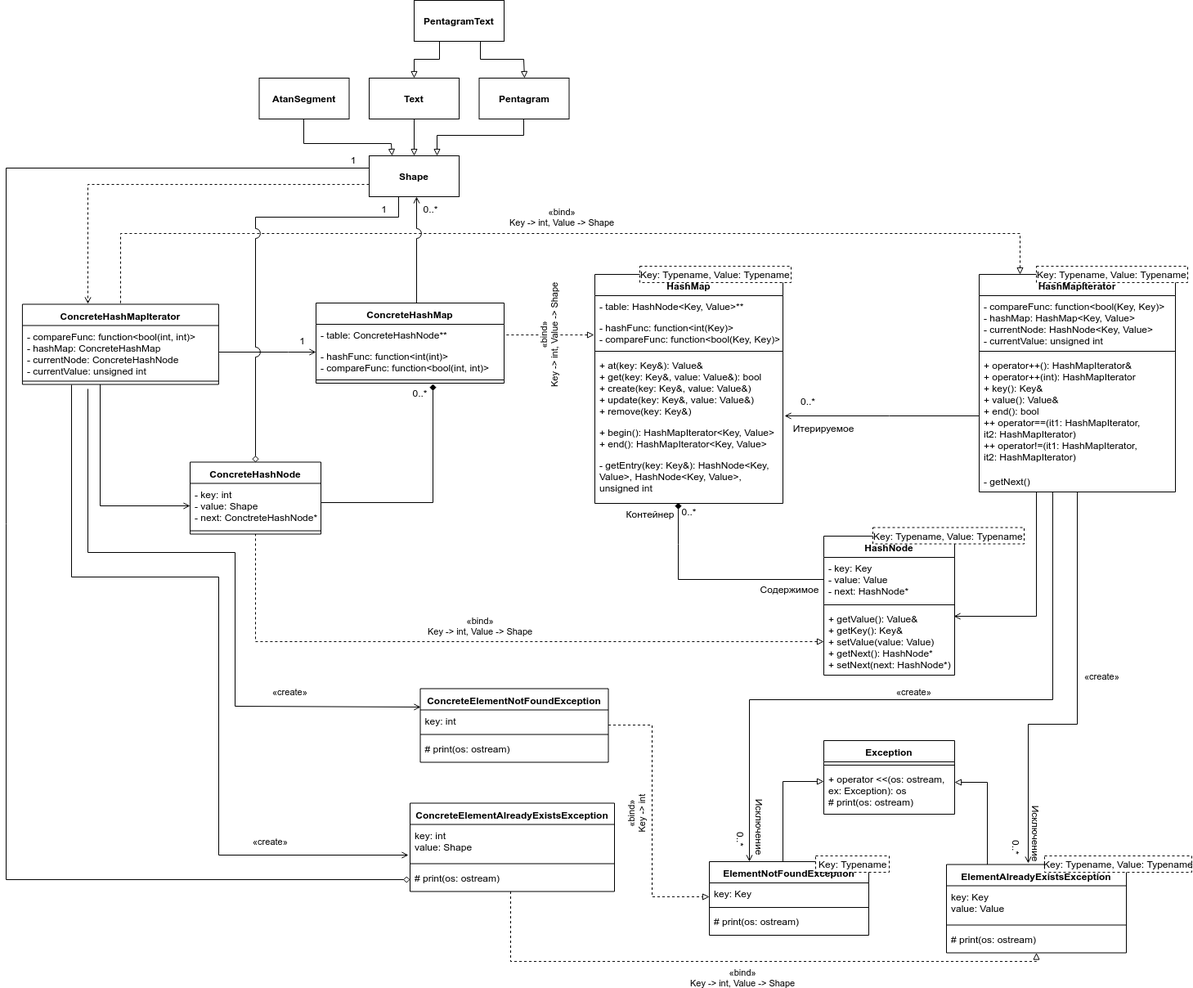
SqrtMinusOne/SEM7_Software_Design keeps this draw.io diagram as L1/docs/img/container_classes_uml.png. Above is the earlier version. Source tidied: cells renumbered, new cells last; positions are measured from the earlier drawing's top-left corner, leaving out a move shared by most shapes.
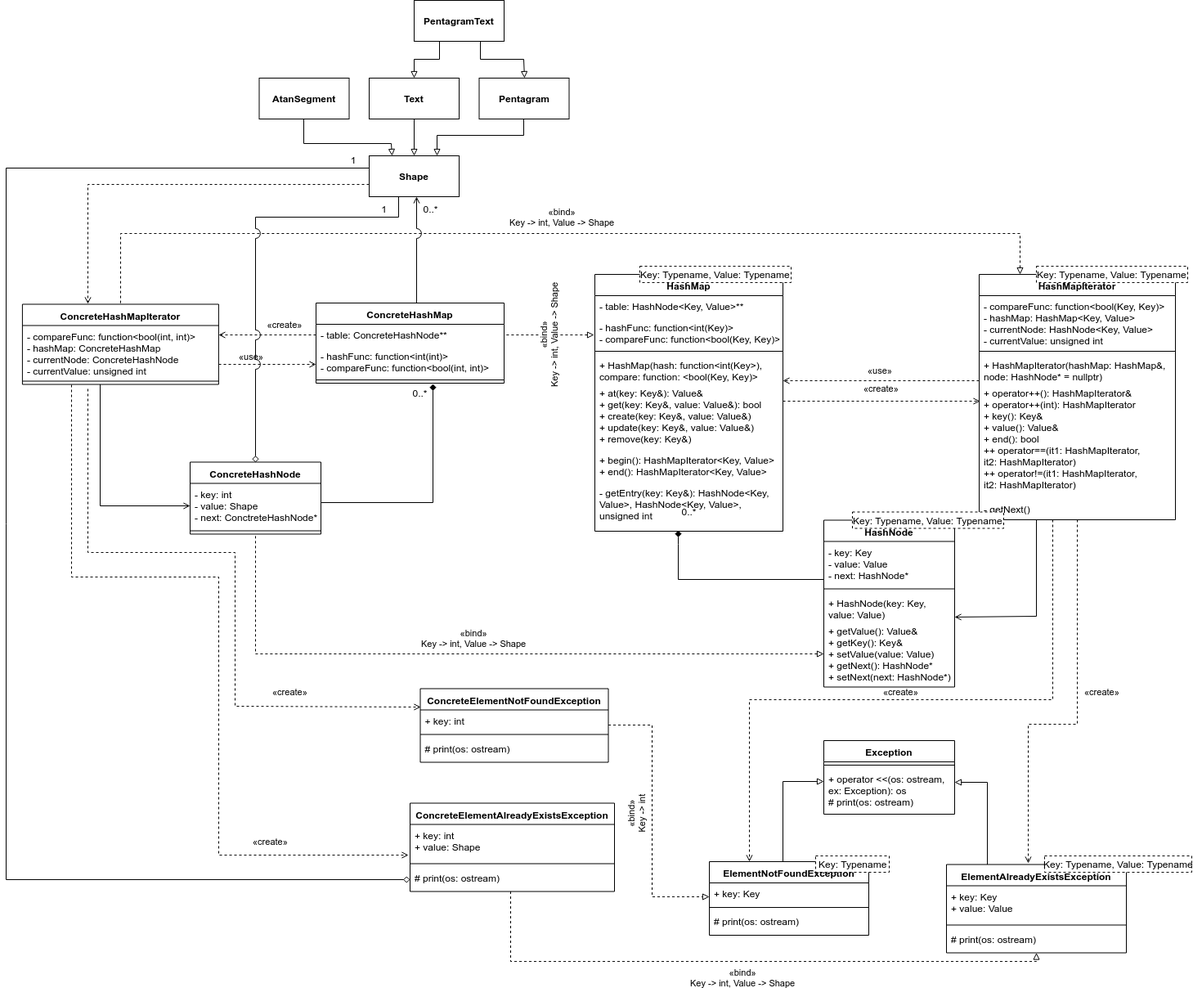
The same diagram one commit later.

The edit, as a diff of the source:
```diff
@@ -12,7 +12,6 @@
     </mxCell>
-    <mxCell id="3" style="edgeStyle=orthogonalEdgeStyle;rounded=0;jettySize=auto;html=1;entryX=1.009;entryY=0.917;entryDx=0;entryDy=0;entryPerimeter=0;endArrow=open;endFill=0;" parent="1" edge="1" source="82" target="74">
+    <mxCell id="3" value="«use»" style="edgeStyle=orthogonalEdgeStyle;rounded=0;jettySize=auto;html=1;entryX=1;entryY=0.935;entryDx=0;entryDy=0;entryPerimeter=0;endArrow=open;endFill=0;dashed=1;exitX=0;exitY=-0.011;exitDx=0;exitDy=0;exitPerimeter=0;" parent="1" edge="1" source="82" target="106">
       <mxGeometry x="0.01" y="-13" relative="1" as="geometry">
         <Array as="points">
-          <mxPoint x="1080" y="508" />
-          <mxPoint x="1080" y="508" />
+          <mxPoint x="1170" y="465" />
         </Array>
@@ -20,3 +19,3 @@
     </mxCell>
-    <mxCell id="4" style="edgeStyle=orthogonalEdgeStyle;rounded=0;jettySize=auto;html=1;entryX=0.994;entryY=0.122;entryDx=0;entryDy=0;entryPerimeter=0;endArrow=open;endFill=0;" parent="1" edge="1" source="83" target="69">
+    <mxCell id="4" style="edgeStyle=orthogonalEdgeStyle;rounded=0;jettySize=auto;html=1;entryX=1;entryY=-0.043;entryDx=0;entryDy=0;entryPerimeter=0;endArrow=open;endFill=0;" parent="1" edge="1" source="83" target="69">
       <mxGeometry x="0.06" y="-40" relative="1" as="geometry">
@@ -42,2 +41,12 @@
     </mxCell>
+    <mxCell id="104" value="«use»" style="edgeStyle=orthogonalEdgeStyle;rounded=0;orthogonalLoop=1;jettySize=auto;html=1;dashed=1;endArrow=open;endFill=0;" parent="6" edge="1">
+      <mxGeometry x="-0.33" y="10" relative="1" as="geometry">
+        <mxPoint x="240" y="83.5" as="sourcePoint" />
+        <mxPoint x="359.1" y="83.5" as="targetPoint" />
+        <Array as="points">
+          <mxPoint x="270.1" y="83.5" />
+          <mxPoint x="270.1" y="83.5" />
+        </Array>
+      </mxGeometry>
+    </mxCell>
     <mxCell id="10" style="group;" parent="1" vertex="1">
@@ -62,10 +71,2 @@
     </mxCell>
-    <mxCell id="15" style="edgeStyle=orthogonalEdgeStyle;rounded=0;jettySize=auto;html=1;startArrow=open;startFill=0;endArrow=none;endFill=0;" parent="1" edge="1" source="100" target="8">
-      <mxGeometry x="0.08" y="-16" relative="1" as="geometry">
-        <Array as="points">
-          <mxPoint x="344.5" y="430" />
-          <mxPoint x="344.5" y="430" />
-        </Array>
-      </mxGeometry>
-    </mxCell>
     <mxCell id="16" style="edgeStyle=orthogonalEdgeStyle;rounded=0;jettySize=auto;html=1;entryX=0;entryY=0.5;entryDx=0;entryDy=0;startArrow=none;startFill=0;endArrow=open;endFill=0;" parent="1" edge="1" source="9" target="12">
@@ -100,3 +101,3 @@
     </mxCell>
-    <mxCell id="23" value="key: Key" style="text;strokeColor=none;fillColor=none;align=left;verticalAlign=top;spacingLeft=4;spacingRight=4;overflow=hidden;dashed=1;" parent="22" vertex="1">
+    <mxCell id="23" value="+ key: Key" style="text;strokeColor=none;fillColor=none;align=left;verticalAlign=top;spacingLeft=4;spacingRight=4;overflow=hidden;dashed=1;" parent="22" vertex="1">
       <mxGeometry y="26" width="195" height="26" as="geometry" />
@@ -124,3 +125,3 @@
     </mxCell>
-    <mxCell id="31" value="key: int" style="text;strokeColor=none;fillColor=none;align=left;verticalAlign=top;spacingLeft=4;spacingRight=4;overflow=hidden;dashed=1;" parent="30" vertex="1">
+    <mxCell id="31" value="+ key: int" style="text;strokeColor=none;fillColor=none;align=left;verticalAlign=top;spacingLeft=4;spacingRight=4;overflow=hidden;dashed=1;" parent="30" vertex="1">
       <mxGeometry y="26" width="230" height="26" as="geometry" />
@@ -147,3 +148,3 @@
     </mxCell>
-    <mxCell id="37" value="key: Key&#10;value: Value" style="text;strokeColor=none;fillColor=none;align=left;verticalAlign=top;spacingLeft=4;spacingRight=4;overflow=hidden;dashed=1;" parent="36" vertex="1">
+    <mxCell id="37" value="+ key: Key&#10;+ value: Value" style="text;strokeColor=none;fillColor=none;align=left;verticalAlign=top;spacingLeft=4;spacingRight=4;overflow=hidden;dashed=1;" parent="36" vertex="1">
       <mxGeometry y="26" width="220" height="44" as="geometry" />
@@ -170,3 +171,3 @@
     </mxCell>
-    <mxCell id="42" value="«create»" style="edgeStyle=orthogonalEdgeStyle;rounded=0;jettySize=auto;html=1;startArrow=none;startFill=0;endArrow=open;endFill=0;strokeColor=#000000;strokeWidth=1;" parent="1" edge="1" source="83">
+    <mxCell id="42" value="«create»" style="edgeStyle=orthogonalEdgeStyle;rounded=0;jettySize=auto;html=1;startArrow=none;startFill=0;endArrow=open;endFill=0;strokeColor=#000000;strokeWidth=1;dashed=1;" parent="1" edge="1" source="83">
       <mxGeometry x="-0.12" y="30" relative="1" as="geometry">
@@ -179,3 +180,3 @@
     </mxCell>
-    <mxCell id="43" value="«create»" style="edgeStyle=orthogonalEdgeStyle;rounded=0;jettySize=auto;html=1;entryX=0.25;entryY=0;entryDx=0;entryDy=0;startArrow=none;startFill=0;endArrow=open;endFill=0;strokeColor=#000000;strokeWidth=1;" parent="1" edge="1" source="83" target="22">
+    <mxCell id="43" value="«create»" style="edgeStyle=orthogonalEdgeStyle;rounded=0;jettySize=auto;html=1;entryX=0.25;entryY=0;entryDx=0;entryDy=0;startArrow=none;startFill=0;endArrow=open;endFill=0;strokeColor=#000000;strokeWidth=1;dashed=1;" parent="1" edge="1" source="83" target="22">
       <mxGeometry x="0.03" y="-10" relative="1" as="geometry">
@@ -190,3 +191,3 @@
     </mxCell>
-    <mxCell id="45" value="key: int&#10;value: Shape" style="text;strokeColor=none;fillColor=none;align=left;verticalAlign=top;spacingLeft=4;spacingRight=4;overflow=hidden;points=[[0,0.5],[1,0.5]];portConstraint=eastwest;dashed=1;" parent="44" vertex="1">
+    <mxCell id="45" value="+ key: int&#10;+ value: Shape" style="text;strokeColor=none;fillColor=none;align=left;verticalAlign=top;spacingLeft=4;spacingRight=4;overflow=hidden;points=[[0,0.5],[1,0.5]];portConstraint=eastwest;dashed=1;" parent="44" vertex="1">
       <mxGeometry y="26" width="250" height="44" as="geometry" />
@@ -207,3 +208,3 @@
     </mxCell>
-    <mxCell id="49" value="«create»" style="edgeStyle=orthogonalEdgeStyle;rounded=0;jettySize=auto;html=1;entryX=0;entryY=0.25;entryDx=0;entryDy=0;startArrow=none;startFill=0;endArrow=open;endFill=0;strokeColor=#000000;strokeWidth=1;" parent="1" edge="1" target="30">
+    <mxCell id="49" value="«create»" style="edgeStyle=orthogonalEdgeStyle;rounded=0;jettySize=auto;html=1;entryX=0;entryY=0.25;entryDx=0;entryDy=0;startArrow=none;startFill=0;endArrow=open;endFill=0;strokeColor=#000000;strokeWidth=1;dashed=1;" parent="1" edge="1" target="30">
       <mxGeometry x="0.6" y="18" relative="1" as="geometry">
@@ -217,3 +218,3 @@
     </mxCell>
-    <mxCell id="50" value="«create»" style="edgeStyle=orthogonalEdgeStyle;rounded=0;jettySize=auto;html=1;entryX=-0.007;entryY=0.862;entryDx=0;entryDy=0;entryPerimeter=0;startArrow=none;startFill=0;endArrow=open;endFill=0;strokeColor=#000000;strokeWidth=1;exitX=0.25;exitY=1;exitDx=0;exitDy=0;" parent="1" edge="1" source="7" target="45">
+    <mxCell id="50" value="«create»" style="edgeStyle=orthogonalEdgeStyle;rounded=0;jettySize=auto;html=1;entryX=-0.007;entryY=0.862;entryDx=0;entryDy=0;entryPerimeter=0;startArrow=none;startFill=0;endArrow=open;endFill=0;strokeColor=#000000;strokeWidth=1;exitX=0.25;exitY=1;exitDx=0;exitDy=0;dashed=1;" parent="1" edge="1" source="7" target="45">
       <mxGeometry x="0.66" y="17" relative="1" as="geometry">
@@ -226,10 +227,2 @@
     </mxCell>
-    <mxCell id="51" style="edgeStyle=orthogonalEdgeStyle;rounded=0;jettySize=auto;html=1;entryX=0.5;entryY=0;entryDx=0;entryDy=0;startArrow=none;startFill=0;endArrow=diamond;endFill=0;strokeColor=#000000;strokeWidth=1;jumpStyle=arc;jumpSize=12;" parent="1" edge="1" source="54" target="11">
-      <mxGeometry x="0.02" y="35" relative="1" as="geometry">
-        <Array as="points">
-          <mxPoint x="480" y="265" />
-          <mxPoint x="305" y="265" />
-        </Array>
-      </mxGeometry>
-    </mxCell>
     <mxCell id="52" style="edgeStyle=orthogonalEdgeStyle;rounded=0;jumpStyle=arc;jumpSize=12;jettySize=auto;html=1;startArrow=none;startFill=0;endArrow=open;endFill=0;strokeColor=#000000;strokeWidth=1;entryX=0.334;entryY=-0.009;entryDx=0;entryDy=0;entryPerimeter=0;dashed=1;" parent="1" edge="1" source="54" target="7">
@@ -307,3 +300,3 @@
     <mxCell id="66" value="HashNode" style="swimlane;fontStyle=1;align=center;verticalAlign=top;horizontal=1;startSize=26;" parent="1" vertex="1">
-      <mxGeometry x="1000" y="655" width="160" height="170" as="geometry" />
+      <mxGeometry x="1000" y="635.5" width="160" height="204" as="geometry" />
     </mxCell>
@@ -315,7 +308,10 @@
     </mxCell>
+    <mxCell id="105" value="+ HashNode(key: Key,&#10;value: Value)" style="text;strokeColor=none;fillColor=none;align=left;verticalAlign=top;spacingLeft=4;spacingRight=4;overflow=hidden;" parent="66" vertex="1">
+      <mxGeometry y="88" width="160" height="34" as="geometry" />
+    </mxCell>
     <mxCell id="69" value="+ getValue(): Value&amp;&#10;+ getKey(): Key&amp;&#10;+ setValue(value: Value)&#10;+ getNext(): HashNode*&#10;+ setNext(next: HashNode*)" style="text;strokeColor=none;fillColor=none;align=left;verticalAlign=top;spacingLeft=4;spacingRight=4;overflow=hidden;points=[[0,0.5],[1,0.5]];portConstraint=eastwest;" parent="66" vertex="1">
-      <mxGeometry y="88" width="160" height="82" as="geometry" />
+      <mxGeometry y="122" width="160" height="82" as="geometry" />
     </mxCell>
     <mxCell id="70" value="HashMap" style="swimlane;fontStyle=1;align=center;verticalAlign=top;horizontal=1;startSize=26;" parent="1" vertex="1">
-      <mxGeometry x="720" y="335" width="230" height="280" as="geometry" />
+      <mxGeometry x="720" y="335" width="230" height="314" as="geometry" />
     </mxCell>
@@ -330,10 +326,13 @@
     </mxCell>
+    <mxCell id="106" value="+ HashMap(hash: function&lt;int(Key&gt;),&#10;compare: function: &lt;bool(Key, Key)&gt;" style="text;strokeColor=none;fillColor=none;align=left;verticalAlign=top;spacingLeft=4;spacingRight=4;overflow=hidden;points=[[0,0.5],[1,0.5]];portConstraint=eastwest;" parent="70" vertex="1">
+      <mxGeometry y="98" width="230" height="34" as="geometry" />
+    </mxCell>
     <mxCell id="74" value="+ at(key: Key&amp;): Value&amp;&#10;+ get(key: Key&amp;, value: Value&amp;): bool&#10;+ create(key: Key&amp;, value: Value&amp;)&#10;+ update(key: Key&amp;, value: Value&amp;)&#10;+ remove(key: Key&amp;)" style="text;strokeColor=none;fillColor=none;align=left;verticalAlign=top;spacingLeft=4;spacingRight=4;overflow=hidden;points=[[0,0.5],[1,0.5]];portConstraint=eastwest;" parent="70" vertex="1">
-      <mxGeometry y="98" width="230" height="82" as="geometry" />
+      <mxGeometry y="132" width="230" height="82" as="geometry" />
     </mxCell>
     <mxCell id="75" value="+ begin(): HashMapIterator&lt;Key, Value&gt;&#10;+ end(): HashMapIterator&lt;Key, Value&gt;" style="text;strokeColor=none;fillColor=none;align=left;verticalAlign=top;spacingLeft=4;spacingRight=4;overflow=hidden;" parent="70" vertex="1">
-      <mxGeometry y="180" width="230" height="40" as="geometry" />
+      <mxGeometry y="214" width="230" height="40" as="geometry" />
     </mxCell>
     <mxCell id="76" value="- getEntry(key: Key&amp;): HashNode&lt;Key, &#10;Value&gt;, HashNode&lt;Key, Value&gt;, &#10;unsigned int" style="text;strokeColor=none;fillColor=none;align=left;verticalAlign=top;spacingLeft=4;spacingRight=4;overflow=hidden;points=[[0,0.5],[1,0.5]];portConstraint=eastwest;" parent="70" vertex="1">
-      <mxGeometry y="220" width="230" height="60" as="geometry" />
+      <mxGeometry y="254" width="230" height="60" as="geometry" />
     </mxCell>
@@ -342,7 +341,4 @@
     </mxCell>
-    <mxCell id="78" value="Key: Typename, Value: Typename" style="verticalLabelPosition=middle;verticalAlign=middle;html=1;shape=mxgraph.basic.rect;fillColor=#ffffff;fillColor2=none;strokeColor=#000000;strokeWidth=1;size=20;indent=5;dashed=1;labelPosition=center;align=center;" parent="1" vertex="1">
-      <mxGeometry x="1060" y="644.5" width="185" height="20" as="geometry" />
-    </mxCell>
     <mxCell id="79" value="HashMapIterator" style="swimlane;fontStyle=1;align=center;verticalAlign=top;horizontal=1;startSize=26;" parent="1" vertex="1">
-      <mxGeometry x="1190" y="335" width="240" height="266" as="geometry" />
+      <mxGeometry x="1190" y="335" width="240" height="300" as="geometry" />
     </mxCell>
@@ -354,7 +350,10 @@
     </mxCell>
+    <mxCell id="107" value="+ HashMapIterator(hashMap: HashMap&amp;, &#10;node: HashNode* = nullptr)" style="text;strokeColor=none;fillColor=none;align=left;verticalAlign=top;spacingLeft=4;spacingRight=4;overflow=hidden;" parent="79" vertex="1">
+      <mxGeometry y="98" width="240" height="34" as="geometry" />
+    </mxCell>
     <mxCell id="82" value="+ operator++(): HashMapIterator&amp;&#10;+ operator++(int): HashMapIterator&#10;+ key(): Key&amp;&#10;+ value(): Value&amp;&#10;+ end(): bool&#10;++ operator==(it1: HashMapIterator,&#10;it2: HashMapIterator)&#10;++ operator!=(it1: HashMapIterator,&#10;it2: HashMapIterator)" style="text;strokeColor=none;fillColor=none;align=left;verticalAlign=top;spacingLeft=4;spacingRight=4;overflow=hidden;points=[[0,0.5],[1,0.5]];portConstraint=eastwest;" parent="79" vertex="1">
-      <mxGeometry y="98" width="240" height="142" as="geometry" />
+      <mxGeometry y="132" width="240" height="142" as="geometry" />
     </mxCell>
     <mxCell id="83" value="- getNext()" style="text;strokeColor=none;fillColor=none;align=left;verticalAlign=top;spacingLeft=4;spacingRight=4;overflow=hidden;points=[[0,0.5],[1,0.5]];portConstraint=eastwest;" parent="79" vertex="1">
-      <mxGeometry y="240" width="240" height="26" as="geometry" />
+      <mxGeometry y="274" width="240" height="26" as="geometry" />
     </mxCell>
@@ -363,8 +362,2 @@
     </mxCell>
-    <mxCell id="85" value="Итерируемое" style="text;html=1;strokeColor=none;fillColor=none;align=center;verticalAlign=middle;whiteSpace=wrap;rounded=0;" parent="1" vertex="1">
-      <mxGeometry x="957.5" y="513" width="82" height="20" as="geometry" />
-    </mxCell>
-    <mxCell id="86" value="0..*" style="text;html=1;strokeColor=none;fillColor=none;align=center;verticalAlign=middle;whiteSpace=wrap;rounded=0;" parent="1" vertex="1">
-      <mxGeometry x="960" y="480" width="40" height="20" as="geometry" />
-    </mxCell>
     <mxCell id="87" value="Key: Typename, Value: Typename" style="verticalLabelPosition=middle;verticalAlign=middle;html=1;shape=mxgraph.basic.rect;fillColor=#ffffff;fillColor2=none;strokeColor=#000000;strokeWidth=1;size=20;indent=5;dashed=1;labelPosition=center;align=center;" parent="1" vertex="1">
@@ -372,5 +365,2 @@
     </mxCell>
-    <mxCell id="88" value="1" style="text;html=1;strokeColor=none;fillColor=none;align=center;verticalAlign=middle;whiteSpace=wrap;rounded=0;" parent="1" vertex="1">
-      <mxGeometry x="350" y="406" width="25" height="20" as="geometry" />
-    </mxCell>
     <mxCell id="89" value="«bind»&lt;br&gt;Key -&amp;gt; int, Value -&amp;gt; Shape" style="edgeStyle=orthogonalEdgeStyle;rounded=0;jettySize=auto;html=1;dashed=1;startArrow=block;startFill=0;endArrow=none;endFill=0;strokeColor=#000000;strokeWidth=1;horizontal=0;exitX=-0.004;exitY=0.589;exitDx=0;exitDy=0;exitPerimeter=0;" parent="1" edge="1" source="72" target="99">
@@ -385,20 +375,2 @@
     </mxCell>
-    <mxCell id="91" value="Контейнер" style="text;html=1;strokeColor=none;fillColor=none;align=center;verticalAlign=middle;whiteSpace=wrap;rounded=0;" parent="1" vertex="1">
-      <mxGeometry x="760" y="617.5" width="55" height="20" as="geometry" />
-    </mxCell>
-    <mxCell id="92" value="Содержимое" style="text;html=1;strokeColor=none;fillColor=none;align=center;verticalAlign=middle;whiteSpace=wrap;rounded=0;" parent="1" vertex="1">
-      <mxGeometry x="922.5" y="710" width="70" height="20" as="geometry" />
-    </mxCell>
-    <mxCell id="93" value="Исключение" style="text;html=1;strokeColor=none;fillColor=none;align=center;verticalAlign=middle;whiteSpace=wrap;rounded=0;rotation=90;" parent="1" vertex="1">
-      <mxGeometry x="1225" y="1007.5" width="70" height="20" as="geometry" />
-    </mxCell>
-    <mxCell id="94" value="0..*" style="text;html=1;strokeColor=none;fillColor=none;align=center;verticalAlign=middle;whiteSpace=wrap;rounded=0;rotation=90;" parent="1" vertex="1">
-      <mxGeometry x="1225" y="1025.5" width="20" height="20" as="geometry" />
-    </mxCell>
-    <mxCell id="95" value="0..*" style="text;html=1;strokeColor=none;fillColor=none;align=center;verticalAlign=middle;whiteSpace=wrap;rounded=0;rotation=90;" parent="1" vertex="1">
-      <mxGeometry x="886.5" y="1015.5" width="23" height="20" as="geometry" />
-    </mxCell>
-    <mxCell id="96" value="Исключение" style="text;html=1;strokeColor=none;fillColor=none;align=center;verticalAlign=middle;whiteSpace=wrap;rounded=0;rotation=90;" parent="1" vertex="1">
-      <mxGeometry x="886.5" y="1000" width="70" height="20" as="geometry" />
-    </mxCell>
     <mxCell id="97" style="edgeStyle=orthogonalEdgeStyle;rounded=0;jumpStyle=arc;jumpSize=12;jettySize=auto;html=1;startArrow=none;startFill=0;endArrow=open;endFill=0;strokeColor=#000000;strokeWidth=1;exitX=0.536;exitY=0.015;exitDx=0;exitDy=0;exitPerimeter=0;" parent="1" edge="1" source="98" target="54">
@@ -429,2 +401,33 @@
     </mxCell>
+    <mxCell id="108" value="«create»" style="edgeStyle=orthogonalEdgeStyle;rounded=0;jettySize=auto;html=1;dashed=1;endArrow=open;endFill=0;" parent="1" edge="1" source="74">
+      <mxGeometry x="-0.01" y="16" relative="1" as="geometry">
+        <mxPoint x="1191" y="490" as="targetPoint" />
+        <Array as="points">
+          <mxPoint x="1070" y="490" />
+          <mxPoint x="1070" y="490" />
+        </Array>
+      </mxGeometry>
+    </mxCell>
+    <mxCell id="109" style="edgeStyle=orthogonalEdgeStyle;rounded=0;jettySize=auto;html=1;dashed=1;endArrow=open;endFill=0;" parent="1" edge="1" source="99" target="8">
+      <mxGeometry relative="1" as="geometry">
+        <Array as="points">
+          <mxPoint x="290" y="409" />
+          <mxPoint x="290" y="409" />
+        </Array>
+      </mxGeometry>
+    </mxCell>
+    <mxCell id="110" value="&lt;span style=&quot;font-size: 11px ; white-space: nowrap ; background-color: rgb(255 , 255 , 255)&quot;&gt;«create»&lt;/span&gt;" style="text;html=1;strokeColor=none;fillColor=none;align=center;verticalAlign=middle;whiteSpace=wrap;rounded=0;" parent="1" vertex="1">
+      <mxGeometry x="320" y="386" width="40" height="20" as="geometry" />
+    </mxCell>
+    <mxCell id="51" style="edgeStyle=orthogonalEdgeStyle;rounded=0;jettySize=auto;html=1;startArrow=none;startFill=0;endArrow=diamond;endFill=0;strokeColor=#000000;strokeWidth=1;jumpStyle=arc;jumpSize=12;entryX=0.5;entryY=0;entryDx=0;entryDy=0;" parent="1" edge="1" source="54" target="11">
+      <mxGeometry x="0.02" y="35" relative="1" as="geometry">
+        <Array as="points">
+          <mxPoint x="480" y="265" />
+          <mxPoint x="305" y="265" />
+        </Array>
+      </mxGeometry>
+    </mxCell>
+    <mxCell id="78" value="Key: Typename, Value: Typename" style="verticalLabelPosition=middle;verticalAlign=middle;html=1;shape=mxgraph.basic.rect;fillColor=#ffffff;fillColor2=none;strokeColor=#000000;strokeWidth=1;size=20;indent=5;dashed=1;labelPosition=center;align=center;" parent="1" vertex="1">
+      <mxGeometry x="1035" y="625.5" width="185" height="20" as="geometry" />
+    </mxCell>
   </root>
```
